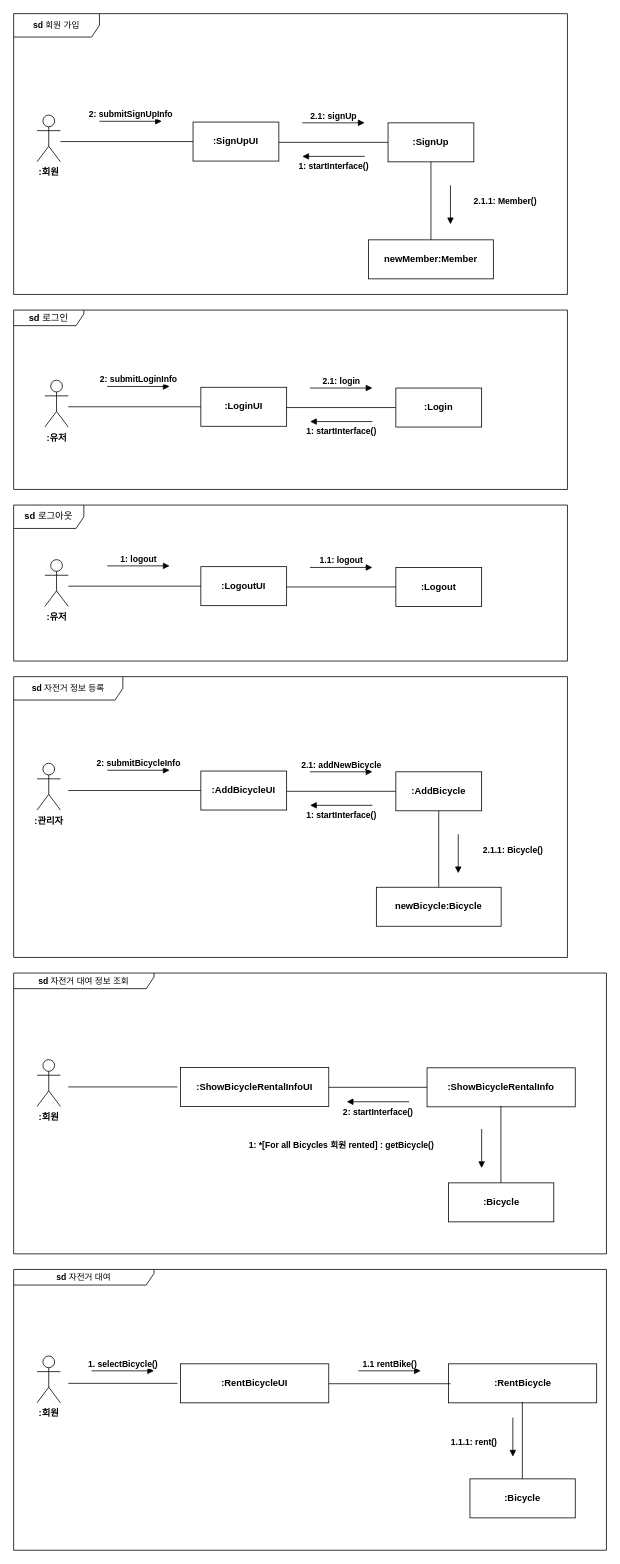
Before: HW2-1/communication diagram.drawio in hoyun06/2025-hongik-se-hw-2, a draw.io diagram. Source tidied: cells renumbered, new cells numbered last; positions are measured from the earlier drawing's top-left corner, leaving out a move shared by most shapes. Both pictures are drawn from the tidied source at 78%, with x=0, y=0 at pixel (13, 13).
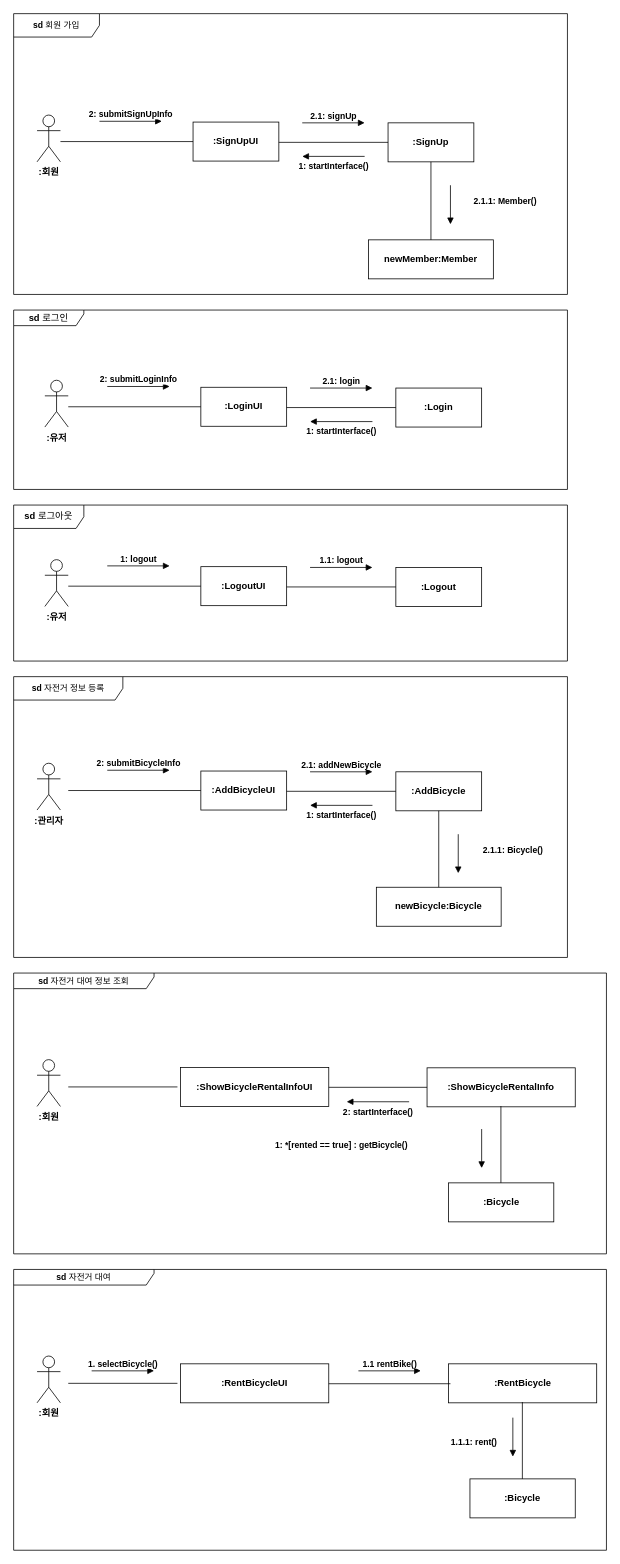
The same diagram, later.

Commit message:
[HW2-1] communication diagram 수정

Diff of the diagram source:
```diff
@@
-    <mxCell id="50" value="&lt;b&gt;1: *[For all Bicycles 회원 rented] : getBicycle()&lt;/b&gt;" style="html=1;verticalAlign=bottom;endArrow=block;curved=0;rounded=0;" parent="1" edge="1">
+    <mxCell id="50" value="&lt;b&gt;1: *[rented == true] : getBicycle()&lt;/b&gt;" style="html=1;verticalAlign=bottom;endArrow=block;curved=0;rounded=0;" parent="1" edge="1">
       <mxGeometry x="0.2" y="-180" relative="1" as="geometry">
         <mxPoint x="600" y="1430" as="sourcePoint" />
         <mxPoint x="600" y="1480" as="targetPoint" />
       </mxGeometry>
     </mxCell>
```
